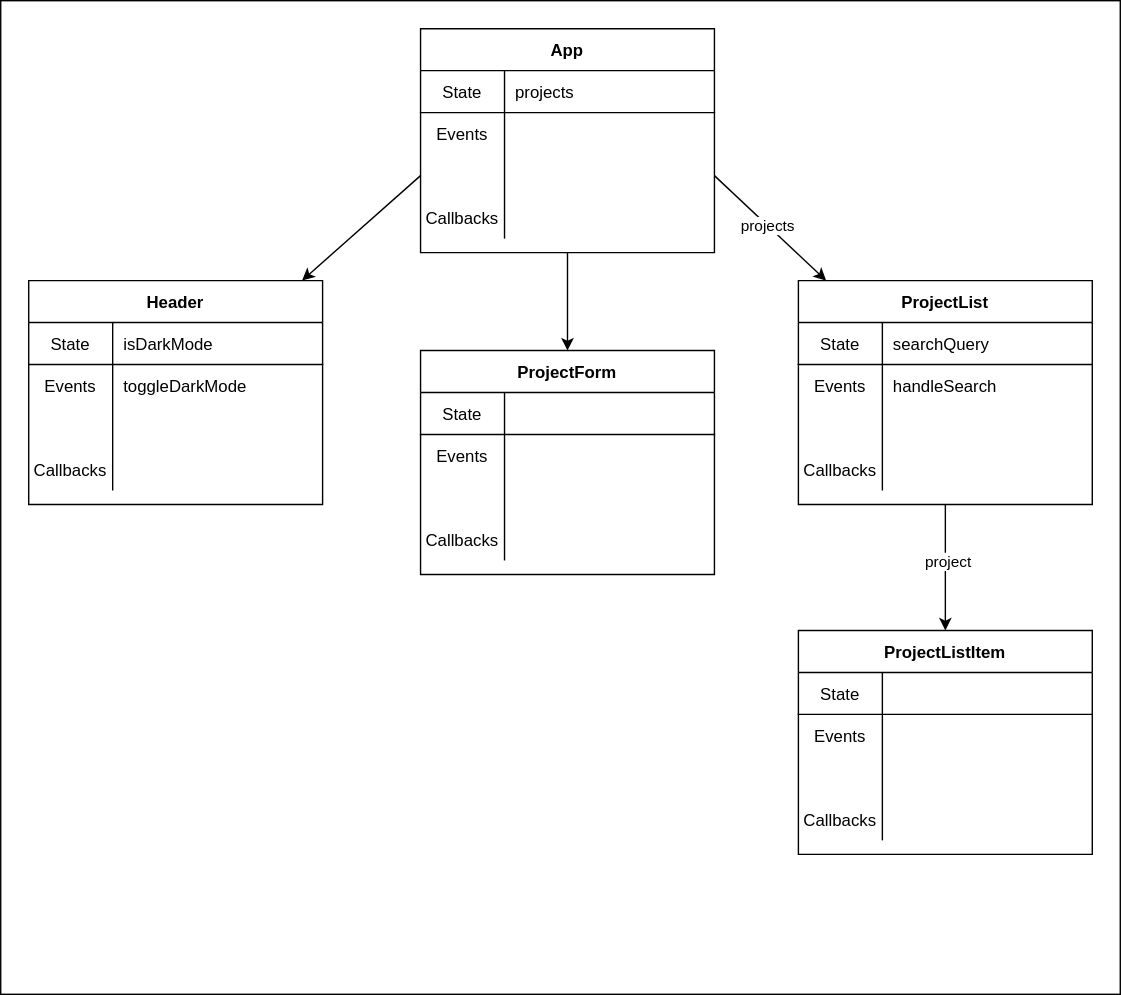
learn-co-students/SENG-LIVE-071822-Phase-2 keeps this draw.io diagram as 03_information_flow/assets/component-hierarchy-with-data-flow.drawio.svg. Above is the earlier version. Source tidied: cells renumbered, new cells last; positions are measured from the earlier drawing's top-left corner, leaving out a move shared by most shapes.
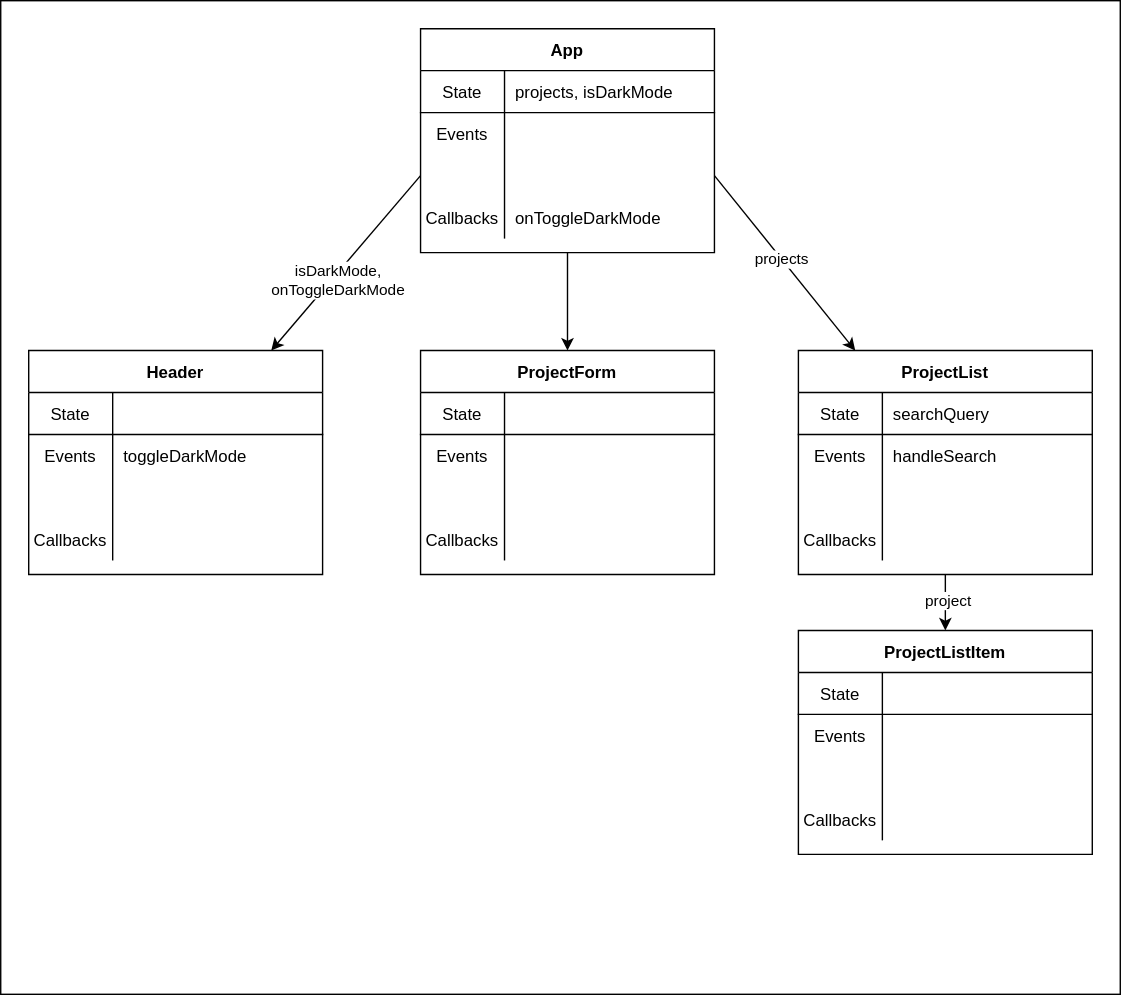
Above is the later version.

What changed in the source:
```diff
@@ -8,6 +8,11 @@
     <mxCell id="3" style="edgeStyle=none;html=1;exitX=0;exitY=0.5;exitDx=0;exitDy=0;" parent="1" edge="1" source="14" target="20">
       <mxGeometry relative="1" as="geometry" />
     </mxCell>
+    <mxCell id="74" value="isDarkMode, &lt;br&gt;onToggleDarkMode" style="edgeLabel;html=1;align=center;verticalAlign=middle;" parent="3" vertex="1">
+      <mxGeometry x="-0.06" relative="1" as="geometry">
+        <mxPoint x="-10" y="16" as="offset" />
+      </mxGeometry>
+    </mxCell>
     <mxCell id="4" style="edgeStyle=none;html=1;" parent="1" edge="1" source="7" target="33">
       <mxGeometry relative="1" as="geometry" />
     </mxCell>
@@ -26,7 +31,7 @@
     <mxCell id="9" value="State" style="shape=partialRectangle;fillColor=none;top=0;left=0;bottom=0;right=0;fontStyle=0;overflow=hidden;" parent="8" vertex="1">
       <mxGeometry width="60" height="30" as="geometry" />
     </mxCell>
-    <mxCell id="10" value="projects" style="shape=partialRectangle;fillColor=none;top=0;left=0;bottom=0;right=0;align=left;spacingLeft=6;fontStyle=0;overflow=hidden;" parent="8" vertex="1">
+    <mxCell id="10" value="projects, isDarkMode" style="shape=partialRectangle;fillColor=none;top=0;left=0;bottom=0;right=0;align=left;spacingLeft=6;fontStyle=0;overflow=hidden;" parent="8" vertex="1">
       <mxGeometry x="60" width="150" height="30" as="geometry" />
     </mxCell>
     <mxCell id="11" style="shape=partialRectangle;fillColor=none;top=0;left=0;bottom=0;right=0;" parent="7" vertex="1">
@@ -53,11 +58,11 @@
     <mxCell id="18" value="Callbacks" style="shape=partialRectangle;fillColor=none;top=0;left=0;bottom=0;right=0;overflow=hidden;" parent="17" vertex="1">
       <mxGeometry width="60" height="30" as="geometry" />
     </mxCell>
-    <mxCell id="19" style="shape=partialRectangle;fillColor=none;top=0;left=0;bottom=0;right=0;align=left;spacingLeft=6;overflow=hidden;" parent="17" vertex="1">
+    <mxCell id="19" value="onToggleDarkMode" style="shape=partialRectangle;fillColor=none;top=0;left=0;bottom=0;right=0;align=left;spacingLeft=6;overflow=hidden;" parent="17" vertex="1">
       <mxGeometry x="60" width="150" height="30" as="geometry" />
     </mxCell>
     <mxCell id="20" value="Header" style="shape=table;startSize=30;rowLines=0;fontStyle=1;align=center;" parent="1" vertex="1">
-      <mxGeometry x="20" y="200" width="210" height="160" as="geometry" />
+      <mxGeometry x="20" y="250" width="210" height="160" as="geometry" />
     </mxCell>
     <mxCell id="21" style="shape=partialRectangle;fillColor=none;top=0;left=0;bottom=1;right=0;" parent="20" vertex="1">
       <mxGeometry y="30" width="210" height="30" as="geometry" />
@@ -65,7 +70,7 @@
     <mxCell id="22" value="State" style="shape=partialRectangle;fillColor=none;top=0;left=0;bottom=0;right=0;fontStyle=0;overflow=hidden;" parent="21" vertex="1">
       <mxGeometry width="60" height="30" as="geometry" />
     </mxCell>
-    <mxCell id="23" value="isDarkMode" style="shape=partialRectangle;fillColor=none;top=0;left=0;bottom=0;right=0;align=left;spacingLeft=6;fontStyle=0;overflow=hidden;" parent="21" vertex="1">
+    <mxCell id="23" style="shape=partialRectangle;fillColor=none;top=0;left=0;bottom=0;right=0;align=left;spacingLeft=6;fontStyle=0;overflow=hidden;" parent="21" vertex="1">
       <mxGeometry x="60" width="150" height="30" as="geometry" />
     </mxCell>
     <mxCell id="24" style="shape=partialRectangle;fillColor=none;top=0;left=0;bottom=0;right=0;" parent="20" vertex="1">
@@ -141,7 +146,7 @@
       <mxGeometry x="-0.12" y="1" relative="1" as="geometry" />
     </mxCell>
     <mxCell id="48" value="ProjectList" style="shape=table;startSize=30;rowLines=0;fontStyle=1;align=center;" parent="1" vertex="1">
-      <mxGeometry x="570" y="200" width="210" height="160" as="geometry" />
+      <mxGeometry x="570" y="250" width="210" height="160" as="geometry" />
     </mxCell>
     <mxCell id="49" style="shape=partialRectangle;fillColor=none;top=0;left=0;bottom=1;right=0;" parent="48" vertex="1">
       <mxGeometry y="30" width="210" height="30" as="geometry" />
```
